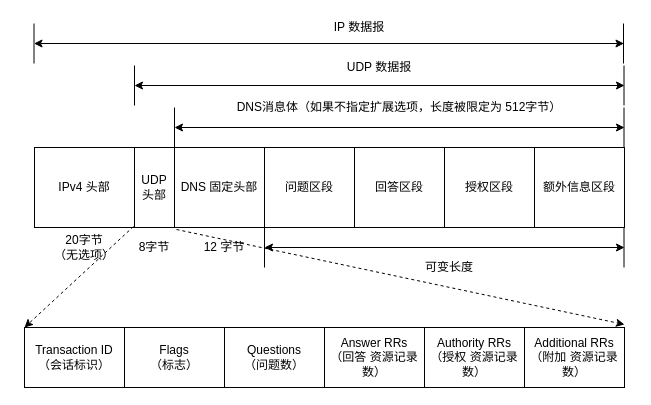
ctimbai/draw.io keeps this draw.io diagram as dnsheader.drawio. Above is the earlier version. Source tidied: cells renumbered, new cells numbered last; positions are measured from the earlier drawing's top-left corner, leaving out a move shared by most shapes. Both pictures are drawn from the tidied source at 100%, with x=0, y=0 at pixel (24, 17).
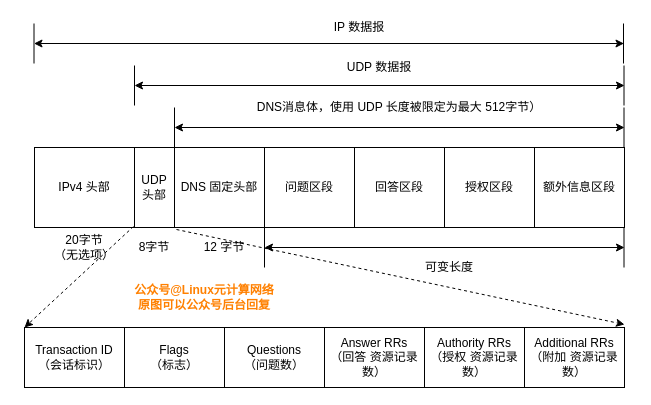
Above is the later version.

Change to the diagram source:
```diff
@@
-    <mxCell id="19" value="DNS消息体（如果不指定扩展选项，长度被限定为 512字节）" style="text;html=1;strokeColor=none;fillColor=none;align=center;verticalAlign=middle;whiteSpace=wrap;rounded=0;" parent="1" vertex="1">
+    <mxCell id="19" value="DNS消息体，使用 UDP 长度被限定为最大 512字节）" style="text;html=1;strokeColor=none;fillColor=none;align=center;verticalAlign=middle;whiteSpace=wrap;rounded=0;" parent="1" vertex="1">
       <mxGeometry x="200" y="80" width="350" height="20" as="geometry" />
     </mxCell>
@@
+    <mxCell id="37" value="&lt;font color=&quot;#ff8000&quot;&gt;&lt;b&gt;公众号@Linux元计算网络&lt;br&gt;原图可以公众号后台回复&lt;br&gt;&lt;/b&gt;&lt;/font&gt;" style="text;html=1;strokeColor=none;fillColor=none;align=center;verticalAlign=middle;whiteSpace=wrap;rounded=0;" parent="1" vertex="1">
+      <mxGeometry x="100" y="270" width="160" height="20" as="geometry" />
+    </mxCell>
```
